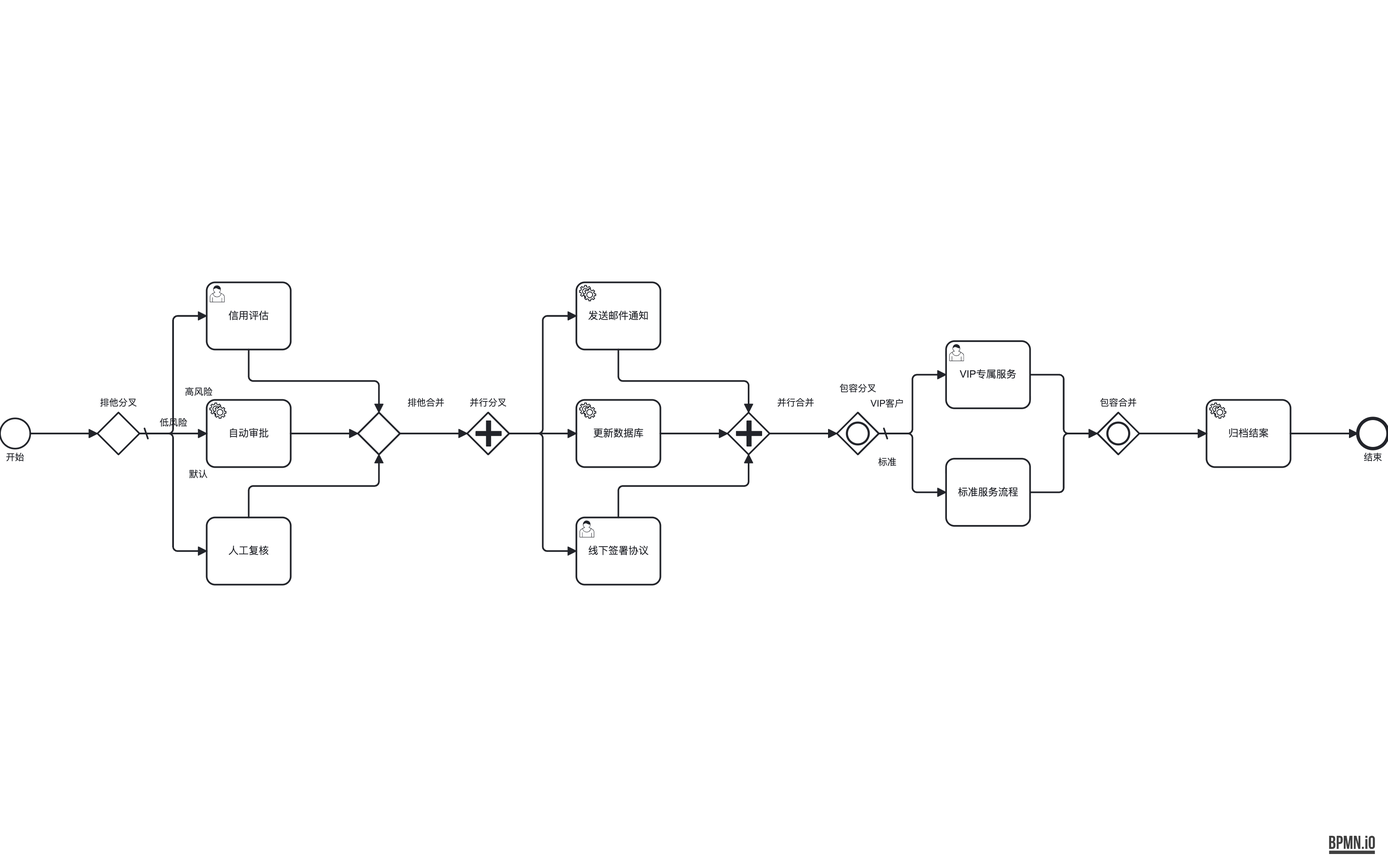
Above: out-bpmn-png/42-gateway-merge-labels.png in LcpMarvel/tramito-layout (BPMN), before the change. Its source is kept beside it as out-xml/42-gateway-merge-labels.bpmn. Ids are renumbered. Source of this version:
```xml
<bpmn:definitions xmlns:bpmn="http://www.omg.org/spec/BPMN/20100524/MODEL" xmlns:xsi="http://www.w3.org/2001/XMLSchema-instance" xmlns:bpmndi="http://www.omg.org/spec/BPMN/20100524/DI" xmlns:dc="http://www.omg.org/spec/DD/20100524/DC" xmlns:di="http://www.omg.org/spec/DD/20100524/DI" id="definitions_gateway_spine_1" targetNamespace="http://example.com/fuzz-gateway-spine-1" exporter="ELK-BPMN Test Generator" exporterVersion="1.0">
  <bpmn:process id="process_spine_1" name="多级分叉合并主干压测" isExecutable="true">
    <bpmn:startEvent id="start_1" name="开始">
      <bpmn:outgoing>f_start_xor</bpmn:outgoing>
    </bpmn:startEvent>
    <bpmn:exclusiveGateway id="gw_xor_div" name="排他分叉" gatewayDirection="Diverging" default="flow_xor_c">
      <bpmn:incoming>f_start_xor</bpmn:incoming>
      <bpmn:outgoing>flow_xor_a</bpmn:outgoing>
      <bpmn:outgoing>flow_xor_b</bpmn:outgoing>
      <bpmn:outgoing>flow_xor_c</bpmn:outgoing>
    </bpmn:exclusiveGateway>
    <bpmn:userTask id="task_xor_a1" name="信用评估">
      <bpmn:incoming>flow_xor_a</bpmn:incoming>
      <bpmn:outgoing>f_xor_a1_conv</bpmn:outgoing>
    </bpmn:userTask>
    <bpmn:serviceTask id="task_xor_b1" name="自动审批">
      <bpmn:incoming>flow_xor_b</bpmn:incoming>
      <bpmn:outgoing>f_xor_b1_conv</bpmn:outgoing>
    </bpmn:serviceTask>
    <bpmn:task id="task_xor_c1" name="人工复核">
      <bpmn:incoming>flow_xor_c</bpmn:incoming>
      <bpmn:outgoing>f_xor_c1_conv</bpmn:outgoing>
    </bpmn:task>
    <bpmn:exclusiveGateway id="gw_xor_conv" name="排他合并" gatewayDirection="Converging">
      <bpmn:incoming>f_xor_a1_conv</bpmn:incoming>
      <bpmn:incoming>f_xor_b1_conv</bpmn:incoming>
      <bpmn:incoming>f_xor_c1_conv</bpmn:incoming>
      <bpmn:outgoing>f_xor_conv_par</bpmn:outgoing>
    </bpmn:exclusiveGateway>
    <bpmn:parallelGateway id="gw_par_div" name="并行分叉" gatewayDirection="Diverging">
      <bpmn:incoming>f_xor_conv_par</bpmn:incoming>
      <bpmn:outgoing>f_par_1</bpmn:outgoing>
      <bpmn:outgoing>f_par_2</bpmn:outgoing>
      <bpmn:outgoing>f_par_3</bpmn:outgoing>
    </bpmn:parallelGateway>
    <bpmn:serviceTask id="task_par_1a" name="发送邮件通知">
      <bpmn:incoming>f_par_1</bpmn:incoming>
      <bpmn:outgoing>f_par_1_conv</bpmn:outgoing>
    </bpmn:serviceTask>
    <bpmn:serviceTask id="task_par_2a" name="更新数据库">
      <bpmn:incoming>f_par_2</bpmn:incoming>
      <bpmn:outgoing>f_par_2_conv</bpmn:outgoing>
    </bpmn:serviceTask>
    <bpmn:userTask id="task_par_3a" name="线下签署协议">
      <bpmn:incoming>f_par_3</bpmn:incoming>
      <bpmn:outgoing>f_par_3_conv</bpmn:outgoing>
    </bpmn:userTask>
    <bpmn:parallelGateway id="gw_par_conv" name="并行合并" gatewayDirection="Converging">
      <bpmn:incoming>f_par_1_conv</bpmn:incoming>
      <bpmn:incoming>f_par_2_conv</bpmn:incoming>
      <bpmn:incoming>f_par_3_conv</bpmn:incoming>
      <bpmn:outgoing>f_par_conv_inc</bpmn:outgoing>
    </bpmn:parallelGateway>
    <bpmn:inclusiveGateway id="gw_inc_div" name="包容分叉" gatewayDirection="Diverging" default="flow_inc_standard">
      <bpmn:incoming>f_par_conv_inc</bpmn:incoming>
      <bpmn:outgoing>flow_inc_vip</bpmn:outgoing>
      <bpmn:outgoing>flow_inc_standard</bpmn:outgoing>
    </bpmn:inclusiveGateway>
    <bpmn:userTask id="task_inc_vip" name="VIP专属服务">
      <bpmn:incoming>flow_inc_vip</bpmn:incoming>
      <bpmn:outgoing>f_inc_vip_conv</bpmn:outgoing>
    </bpmn:userTask>
    <bpmn:task id="task_inc_standard" name="标准服务流程">
      <bpmn:incoming>flow_inc_standard</bpmn:incoming>
      <bpmn:outgoing>f_inc_std_conv</bpmn:outgoing>
    </bpmn:task>
    <bpmn:inclusiveGateway id="gw_inc_conv" name="包容合并" gatewayDirection="Converging">
      <bpmn:incoming>f_inc_vip_conv</bpmn:incoming>
      <bpmn:incoming>f_inc_std_conv</bpmn:incoming>
      <bpmn:outgoing>f_inc_conv_fin</bpmn:outgoing>
    </bpmn:inclusiveGateway>
    <bpmn:serviceTask id="task_finalize" name="归档结案">
      <bpmn:incoming>f_inc_conv_fin</bpmn:incoming>
      <bpmn:outgoing>f_fin_end</bpmn:outgoing>
    </bpmn:serviceTask>
    <bpmn:endEvent id="end_1" name="结束">
      <bpmn:incoming>f_fin_end</bpmn:incoming>
    </bpmn:endEvent>
    <bpmn:sequenceFlow id="f_start_xor" sourceRef="start_1" targetRef="gw_xor_div" />
    <bpmn:sequenceFlow id="flow_xor_a" name="高风险" sourceRef="gw_xor_div" targetRef="task_xor_a1">
      <bpmn:conditionExpression xsi:type="bpmn:tFormalExpression">${risk == 'high'}</bpmn:conditionExpression>
    </bpmn:sequenceFlow>
    <bpmn:sequenceFlow id="flow_xor_b" name="低风险" sourceRef="gw_xor_div" targetRef="task_xor_b1">
      <bpmn:conditionExpression xsi:type="bpmn:tFormalExpression">${risk == 'low'}</bpmn:conditionExpression>
    </bpmn:sequenceFlow>
    <bpmn:sequenceFlow id="flow_xor_c" name="默认" sourceRef="gw_xor_div" targetRef="task_xor_c1" />
    <bpmn:sequenceFlow id="f_xor_a1_conv" sourceRef="task_xor_a1" targetRef="gw_xor_conv" />
    <bpmn:sequenceFlow id="f_xor_b1_conv" sourceRef="task_xor_b1" targetRef="gw_xor_conv" />
    <bpmn:sequenceFlow id="f_xor_c1_conv" sourceRef="task_xor_c1" targetRef="gw_xor_conv" />
    <bpmn:sequenceFlow id="f_xor_conv_par" sourceRef="gw_xor_conv" targetRef="gw_par_div" />
    <bpmn:sequenceFlow id="f_par_1" sourceRef="gw_par_div" targetRef="task_par_1a" />
    <bpmn:sequenceFlow id="f_par_2" sourceRef="gw_par_div" targetRef="task_par_2a" />
    <bpmn:sequenceFlow id="f_par_3" sourceRef="gw_par_div" targetRef="task_par_3a" />
    <bpmn:sequenceFlow id="f_par_1_conv" sourceRef="task_par_1a" targetRef="gw_par_conv" />
    <bpmn:sequenceFlow id="f_par_2_conv" sourceRef="task_par_2a" targetRef="gw_par_conv" />
    <bpmn:sequenceFlow id="f_par_3_conv" sourceRef="task_par_3a" targetRef="gw_par_conv" />
    <bpmn:sequenceFlow id="f_par_conv_inc" sourceRef="gw_par_conv" targetRef="gw_inc_div" />
    <bpmn:sequenceFlow id="flow_inc_vip" name="VIP客户" sourceRef="gw_inc_div" targetRef="task_inc_vip">
      <bpmn:conditionExpression xsi:type="bpmn:tFormalExpression">${isVip == true}</bpmn:conditionExpression>
    </bpmn:sequenceFlow>
    <bpmn:sequenceFlow id="flow_inc_standard" name="标准" sourceRef="gw_inc_div" targetRef="task_inc_standard" />
    <bpmn:sequenceFlow id="f_inc_vip_conv" sourceRef="task_inc_vip" targetRef="gw_inc_conv" />
    <bpmn:sequenceFlow id="f_inc_std_conv" sourceRef="task_inc_standard" targetRef="gw_inc_conv" />
    <bpmn:sequenceFlow id="f_inc_conv_fin" sourceRef="gw_inc_conv" targetRef="task_finalize" />
    <bpmn:sequenceFlow id="f_fin_end" sourceRef="task_finalize" targetRef="end_1" />
  </bpmn:process>
  <bpmndi:BPMNDiagram id="BPMNDiagram_definitions_gateway_spine_1" name="BPMNDiagram">
    <bpmndi:BPMNPlane id="BPMNPlane_definitions_gateway_spine_1" bpmnElement="process_spine_1">
      <bpmndi:BPMNShape id="process_spine_1_di" bpmnElement="process_spine_1">
        <dc:Bounds x="0" y="0" width="1734" height="424" />
      </bpmndi:BPMNShape>
      <bpmndi:BPMNShape id="start_1_di" bpmnElement="start_1">
        <dc:Bounds x="62" y="194" width="36" height="36" />
        <bpmndi:BPMNLabel>
          <dc:Bounds x="30" y="234" width="100" height="14" />
        </bpmndi:BPMNLabel>
      </bpmndi:BPMNShape>
      <bpmndi:BPMNShape id="gw_xor_div_di" bpmnElement="gw_xor_div">
        <dc:Bounds x="178" y="187" width="50" height="50" />
        <bpmndi:BPMNLabel>
          <dc:Bounds x="153" y="169" width="100" height="14" />
        </bpmndi:BPMNLabel>
      </bpmndi:BPMNShape>
      <bpmndi:BPMNShape id="task_xor_a1_di" bpmnElement="task_xor_a1">
        <dc:Bounds x="308" y="32" width="100" height="80" />
      </bpmndi:BPMNShape>
      <bpmndi:BPMNShape id="task_xor_b1_di" bpmnElement="task_xor_b1">
        <dc:Bounds x="308" y="172" width="100" height="80" />
      </bpmndi:BPMNShape>
      <bpmndi:BPMNShape id="task_xor_c1_di" bpmnElement="task_xor_c1">
        <dc:Bounds x="308" y="312" width="100" height="80" />
      </bpmndi:BPMNShape>
      <bpmndi:BPMNShape id="gw_xor_conv_di" bpmnElement="gw_xor_conv">
        <dc:Bounds x="488" y="187" width="50" height="50" />
        <bpmndi:BPMNLabel>
          <dc:Bounds x="519" y="169" width="100" height="14" />
        </bpmndi:BPMNLabel>
      </bpmndi:BPMNShape>
      <bpmndi:BPMNShape id="gw_par_div_di" bpmnElement="gw_par_div">
        <dc:Bounds x="618" y="187" width="50" height="50" />
        <bpmndi:BPMNLabel>
          <dc:Bounds x="593" y="169" width="100" height="14" />
        </bpmndi:BPMNLabel>
      </bpmndi:BPMNShape>
      <bpmndi:BPMNShape id="task_par_1a_di" bpmnElement="task_par_1a">
        <dc:Bounds x="748" y="32" width="100" height="80" />
      </bpmndi:BPMNShape>
      <bpmndi:BPMNShape id="task_par_2a_di" bpmnElement="task_par_2a">
        <dc:Bounds x="748" y="172" width="100" height="80" />
      </bpmndi:BPMNShape>
      <bpmndi:BPMNShape id="task_par_3a_di" bpmnElement="task_par_3a">
        <dc:Bounds x="748" y="312" width="100" height="80" />
      </bpmndi:BPMNShape>
      <bpmndi:BPMNShape id="gw_par_conv_di" bpmnElement="gw_par_conv">
        <dc:Bounds x="928" y="187" width="50" height="50" />
        <bpmndi:BPMNLabel>
          <dc:Bounds x="959" y="169" width="100" height="14" />
        </bpmndi:BPMNLabel>
      </bpmndi:BPMNShape>
      <bpmndi:BPMNShape id="gw_inc_div_di" bpmnElement="gw_inc_div">
        <dc:Bounds x="1058" y="187" width="50" height="50" />
        <bpmndi:BPMNLabel>
          <dc:Bounds x="1033" y="152" width="100" height="14" />
        </bpmndi:BPMNLabel>
      </bpmndi:BPMNShape>
      <bpmndi:BPMNShape id="task_inc_vip_di" bpmnElement="task_inc_vip">
        <dc:Bounds x="1188" y="102" width="100" height="80" />
      </bpmndi:BPMNShape>
      <bpmndi:BPMNShape id="task_inc_standard_di" bpmnElement="task_inc_standard">
        <dc:Bounds x="1188" y="242" width="100" height="80" />
      </bpmndi:BPMNShape>
      <bpmndi:BPMNShape id="gw_inc_conv_di" bpmnElement="gw_inc_conv">
        <dc:Bounds x="1368" y="187" width="50" height="50" />
        <bpmndi:BPMNLabel>
          <dc:Bounds x="1343" y="169" width="100" height="14" />
        </bpmndi:BPMNLabel>
      </bpmndi:BPMNShape>
      <bpmndi:BPMNShape id="task_finalize_di" bpmnElement="task_finalize">
        <dc:Bounds x="1498" y="172" width="100" height="80" />
      </bpmndi:BPMNShape>
      <bpmndi:BPMNShape id="end_1_di" bpmnElement="end_1">
        <dc:Bounds x="1678" y="194" width="36" height="36" />
        <bpmndi:BPMNLabel>
          <dc:Bounds x="1646" y="234" width="100" height="14" />
        </bpmndi:BPMNLabel>
      </bpmndi:BPMNShape>
      <bpmndi:BPMNEdge id="f_start_xor_di" bpmnElement="f_start_xor">
        <di:waypoint x="98" y="212" />
        <di:waypoint x="178" y="212" />
      </bpmndi:BPMNEdge>
      <bpmndi:BPMNEdge id="flow_xor_a_di" bpmnElement="flow_xor_a">
        <di:waypoint x="228" y="212" />
        <di:waypoint x="268" y="212" />
        <di:waypoint x="268" y="72" />
        <di:waypoint x="308" y="72" />
        <bpmndi:BPMNLabel>
          <dc:Bounds x="273" y="156" width="50" height="14" />
        </bpmndi:BPMNLabel>
      </bpmndi:BPMNEdge>
      <bpmndi:BPMNEdge id="flow_xor_b_di" bpmnElement="flow_xor_b">
        <di:waypoint x="228" y="212" />
        <di:waypoint x="308" y="212" />
        <bpmndi:BPMNLabel>
          <dc:Bounds x="243" y="193" width="50" height="14" />
        </bpmndi:BPMNLabel>
      </bpmndi:BPMNEdge>
      <bpmndi:BPMNEdge id="flow_xor_c_di" bpmnElement="flow_xor_c">
        <di:waypoint x="228" y="212" />
        <di:waypoint x="268" y="212" />
        <di:waypoint x="268" y="352" />
        <di:waypoint x="308" y="352" />
        <bpmndi:BPMNLabel>
          <dc:Bounds x="273" y="254" width="50" height="14" />
        </bpmndi:BPMNLabel>
      </bpmndi:BPMNEdge>
      <bpmndi:BPMNEdge id="f_xor_a1_conv_di" bpmnElement="f_xor_a1_conv">
        <di:waypoint x="358" y="112" />
        <di:waypoint x="358" y="149.5" />
        <di:waypoint x="513" y="149.5" />
        <di:waypoint x="513" y="187" />
      </bpmndi:BPMNEdge>
      <bpmndi:BPMNEdge id="f_xor_b1_conv_di" bpmnElement="f_xor_b1_conv">
        <di:waypoint x="408" y="212" />
        <di:waypoint x="488" y="212" />
      </bpmndi:BPMNEdge>
      <bpmndi:BPMNEdge id="f_xor_c1_conv_di" bpmnElement="f_xor_c1_conv">
        <di:waypoint x="358" y="312" />
        <di:waypoint x="358" y="274.5" />
        <di:waypoint x="513" y="274.5" />
        <di:waypoint x="513" y="237" />
      </bpmndi:BPMNEdge>
      <bpmndi:BPMNEdge id="f_xor_conv_par_di" bpmnElement="f_xor_conv_par">
        <di:waypoint x="538" y="212" />
        <di:waypoint x="618" y="212" />
      </bpmndi:BPMNEdge>
      <bpmndi:BPMNEdge id="f_par_1_di" bpmnElement="f_par_1">
        <di:waypoint x="668" y="212" />
        <di:waypoint x="708" y="212" />
        <di:waypoint x="708" y="72" />
        <di:waypoint x="748" y="72" />
      </bpmndi:BPMNEdge>
      <bpmndi:BPMNEdge id="f_par_2_di" bpmnElement="f_par_2">
        <di:waypoint x="668" y="212" />
        <di:waypoint x="748" y="212" />
      </bpmndi:BPMNEdge>
      <bpmndi:BPMNEdge id="f_par_3_di" bpmnElement="f_par_3">
        <di:waypoint x="668" y="212" />
        <di:waypoint x="708" y="212" />
        <di:waypoint x="708" y="352" />
        <di:waypoint x="748" y="352" />
      </bpmndi:BPMNEdge>
      <bpmndi:BPMNEdge id="f_par_1_conv_di" bpmnElement="f_par_1_conv">
        <di:waypoint x="798" y="112" />
        <di:waypoint x="798" y="149.5" />
        <di:waypoint x="953" y="149.5" />
        <di:waypoint x="953" y="187" />
      </bpmndi:BPMNEdge>
      <bpmndi:BPMNEdge id="f_par_2_conv_di" bpmnElement="f_par_2_conv">
        <di:waypoint x="848" y="212" />
        <di:waypoint x="928" y="212" />
      </bpmndi:BPMNEdge>
      <bpmndi:BPMNEdge id="f_par_3_conv_di" bpmnElement="f_par_3_conv">
        <di:waypoint x="798" y="312" />
        <di:waypoint x="798" y="274.5" />
        <di:waypoint x="953" y="274.5" />
        <di:waypoint x="953" y="237" />
      </bpmndi:BPMNEdge>
      <bpmndi:BPMNEdge id="f_par_conv_inc_di" bpmnElement="f_par_conv_inc">
        <di:waypoint x="978" y="212" />
        <di:waypoint x="1058" y="212" />
      </bpmndi:BPMNEdge>
      <bpmndi:BPMNEdge id="flow_inc_vip_di" bpmnElement="flow_inc_vip">
        <di:waypoint x="1108" y="212" />
        <di:waypoint x="1148" y="212" />
        <di:waypoint x="1148" y="142" />
        <di:waypoint x="1188" y="142" />
        <bpmndi:BPMNLabel>
          <dc:Bounds x="1093" y="170" width="50" height="14" />
        </bpmndi:BPMNLabel>
      </bpmndi:BPMNEdge>
      <bpmndi:BPMNEdge id="flow_inc_standard_di" bpmnElement="flow_inc_standard">
        <di:waypoint x="1108" y="212" />
        <di:waypoint x="1148" y="212" />
        <di:waypoint x="1148" y="282" />
        <di:waypoint x="1188" y="282" />
        <bpmndi:BPMNLabel>
          <dc:Bounds x="1093" y="240" width="50" height="14" />
        </bpmndi:BPMNLabel>
      </bpmndi:BPMNEdge>
      <bpmndi:BPMNEdge id="f_inc_vip_conv_di" bpmnElement="f_inc_vip_conv">
        <di:waypoint x="1288" y="142" />
        <di:waypoint x="1328" y="142" />
        <di:waypoint x="1328" y="212" />
        <di:waypoint x="1368" y="212" />
      </bpmndi:BPMNEdge>
      <bpmndi:BPMNEdge id="f_inc_std_conv_di" bpmnElement="f_inc_std_conv">
        <di:waypoint x="1288" y="282" />
        <di:waypoint x="1328" y="282" />
        <di:waypoint x="1328" y="212" />
        <di:waypoint x="1368" y="212" />
      </bpmndi:BPMNEdge>
      <bpmndi:BPMNEdge id="f_inc_conv_fin_di" bpmnElement="f_inc_conv_fin">
        <di:waypoint x="1418" y="212" />
        <di:waypoint x="1498" y="212" />
      </bpmndi:BPMNEdge>
      <bpmndi:BPMNEdge id="f_fin_end_di" bpmnElement="f_fin_end">
        <di:waypoint x="1598" y="212" />
        <di:waypoint x="1678" y="212" />
      </bpmndi:BPMNEdge>
    </bpmndi:BPMNPlane>
  </bpmndi:BPMNDiagram>
</bpmn:definitions>
```
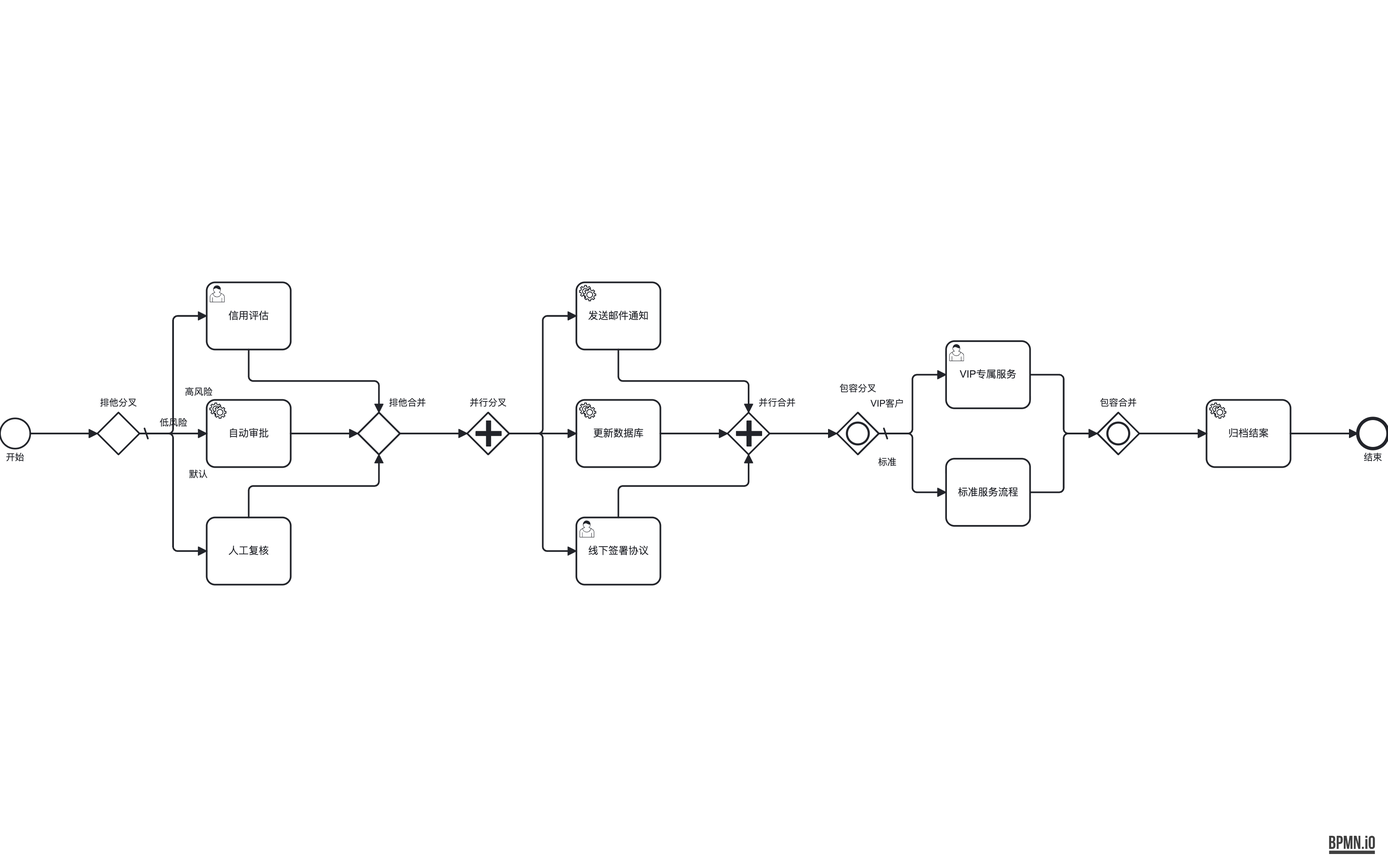
The same diagram one commit later.

What changed in the source:
```diff
@@ -118,7 +118,7 @@
       <bpmndi:BPMNShape id="gw_xor_div_di" bpmnElement="gw_xor_div">
         <dc:Bounds x="178" y="187" width="50" height="50" />
         <bpmndi:BPMNLabel>
-          <dc:Bounds x="153" y="169" width="100" height="14" />
+          <dc:Bounds x="175" y="169" width="56" height="14" />
         </bpmndi:BPMNLabel>
       </bpmndi:BPMNShape>
       <bpmndi:BPMNShape id="task_xor_a1_di" bpmnElement="task_xor_a1">
@@ -133,13 +133,13 @@
       <bpmndi:BPMNShape id="gw_xor_conv_di" bpmnElement="gw_xor_conv">
         <dc:Bounds x="488" y="187" width="50" height="50" />
         <bpmndi:BPMNLabel>
-          <dc:Bounds x="519" y="169" width="100" height="14" />
+          <dc:Bounds x="519" y="169" width="56" height="14" />
         </bpmndi:BPMNLabel>
       </bpmndi:BPMNShape>
       <bpmndi:BPMNShape id="gw_par_div_di" bpmnElement="gw_par_div">
         <dc:Bounds x="618" y="187" width="50" height="50" />
         <bpmndi:BPMNLabel>
-          <dc:Bounds x="593" y="169" width="100" height="14" />
+          <dc:Bounds x="615" y="169" width="56" height="14" />
         </bpmndi:BPMNLabel>
       </bpmndi:BPMNShape>
       <bpmndi:BPMNShape id="task_par_1a_di" bpmnElement="task_par_1a">
@@ -154,13 +154,13 @@
       <bpmndi:BPMNShape id="gw_par_conv_di" bpmnElement="gw_par_conv">
         <dc:Bounds x="928" y="187" width="50" height="50" />
         <bpmndi:BPMNLabel>
-          <dc:Bounds x="959" y="169" width="100" height="14" />
+          <dc:Bounds x="959" y="169" width="56" height="14" />
         </bpmndi:BPMNLabel>
       </bpmndi:BPMNShape>
       <bpmndi:BPMNShape id="gw_inc_div_di" bpmnElement="gw_inc_div">
         <dc:Bounds x="1058" y="187" width="50" height="50" />
         <bpmndi:BPMNLabel>
-          <dc:Bounds x="1033" y="152" width="100" height="14" />
+          <dc:Bounds x="1055" y="152" width="56" height="14" />
         </bpmndi:BPMNLabel>
       </bpmndi:BPMNShape>
       <bpmndi:BPMNShape id="task_inc_vip_di" bpmnElement="task_inc_vip">
@@ -172,7 +172,7 @@
       <bpmndi:BPMNShape id="gw_inc_conv_di" bpmnElement="gw_inc_conv">
         <dc:Bounds x="1368" y="187" width="50" height="50" />
         <bpmndi:BPMNLabel>
-          <dc:Bounds x="1343" y="169" width="100" height="14" />
+          <dc:Bounds x="1365" y="169" width="56" height="14" />
         </bpmndi:BPMNLabel>
       </bpmndi:BPMNShape>
       <bpmndi:BPMNShape id="task_finalize_di" bpmnElement="task_finalize">
```
